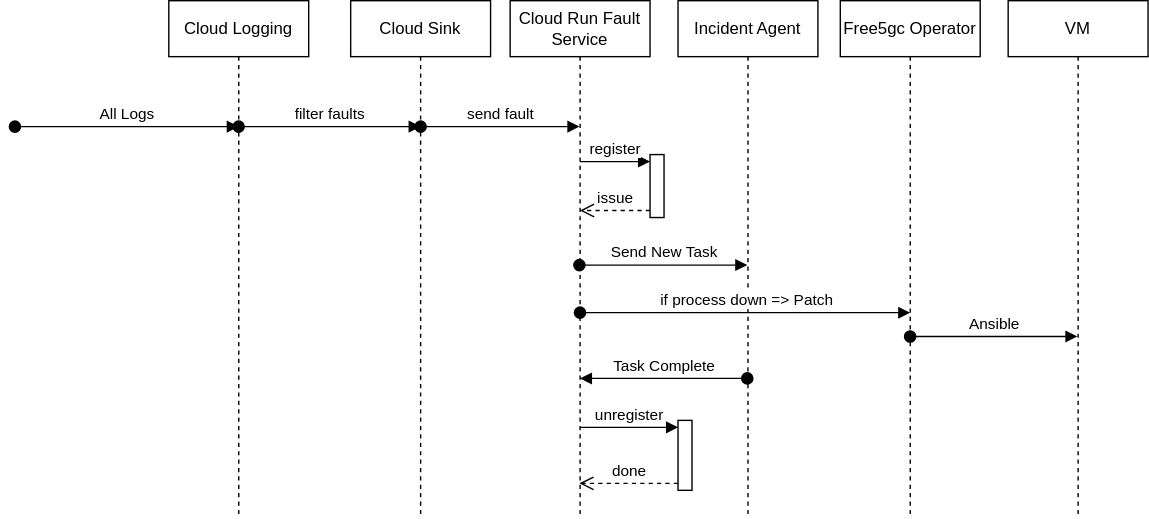
LeegenSteven/NetworkAgent-dev keeps this draw.io diagram as drawings/agent/faulttrigger.drawio.svg. Above is the earlier version. Source tidied: cells renumbered, new cells last; positions are measured from the earlier drawing's top-left corner, leaving out a move shared by most shapes.
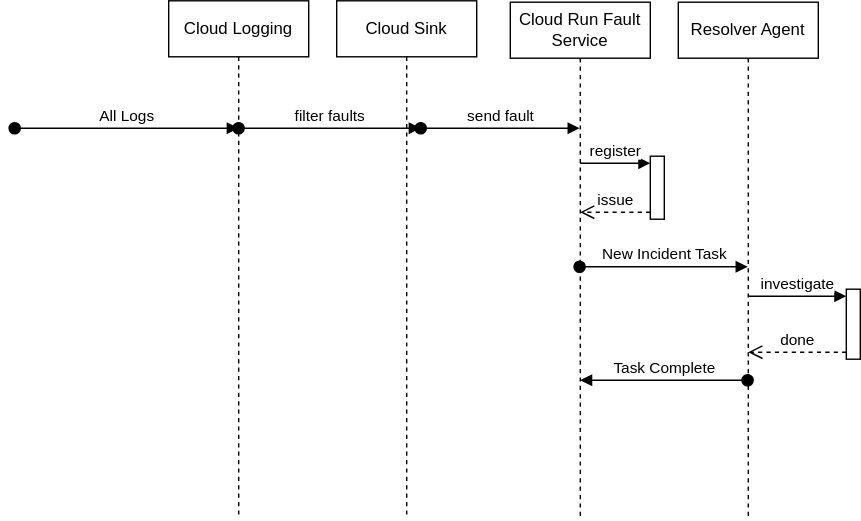
After the commit.

Change to the diagram source:
```diff
@@ -3,12 +3,12 @@
     <mxCell id="0" />
     <mxCell id="1" parent="0" />
     <mxCell id="2" value="Cloud Logging" style="shape=umlLifeline;perimeter=lifelinePerimeter;whiteSpace=wrap;html=1;newEdgeStyle={&quot;curved&quot;:0,&quot;rounded&quot;:0};" parent="1" vertex="1">
-      <mxGeometry x="110" width="100" height="370" as="geometry" />
+      <mxGeometry x="110" y="-1" width="100" height="370" as="geometry" />
     </mxCell>
     <mxCell id="3" value="Cloud Run Fault Service" style="shape=umlLifeline;perimeter=lifelinePerimeter;whiteSpace=wrap;html=1;outlineConnect=0;portConstraint=eastwest;newEdgeStyle={&quot;curved&quot;:0,&quot;rounded&quot;:0};" parent="1" vertex="1">
       <mxGeometry x="354" width="100" height="370" as="geometry" />
     </mxCell>
-    <mxCell id="4" value="Incident Agent" style="shape=umlLifeline;perimeter=lifelinePerimeter;whiteSpace=wrap;html=1;newEdgeStyle={&quot;curved&quot;:0,&quot;rounded&quot;:0};" parent="1" vertex="1">
+    <mxCell id="4" value="Resolver Agent" style="shape=umlLifeline;perimeter=lifelinePerimeter;whiteSpace=wrap;html=1;newEdgeStyle={&quot;curved&quot;:0,&quot;rounded&quot;:0};" parent="1" vertex="1">
       <mxGeometry x="474" width="100" height="370" as="geometry" />
     </mxCell>
     <mxCell id="5" value="All Logs" style="html=1;verticalAlign=bottom;startArrow=oval;startFill=1;endArrow=block;startSize=8;curved=0;rounded=0;" parent="1" edge="1">
@@ -18,7 +18,7 @@
       </mxGeometry>
     </mxCell>
     <mxCell id="6" value="Cloud Sink" style="shape=umlLifeline;perimeter=lifelinePerimeter;whiteSpace=wrap;html=1;newEdgeStyle={&quot;curved&quot;:0,&quot;rounded&quot;:0};" parent="1" vertex="1">
-      <mxGeometry x="240" width="100" height="370" as="geometry" />
+      <mxGeometry x="230" y="-1" width="100" height="370" as="geometry" />
     </mxCell>
     <mxCell id="7" value="filter faults" style="html=1;verticalAlign=bottom;startArrow=oval;startFill=1;endArrow=block;startSize=8;curved=0;rounded=0;" parent="1" edge="1">
       <mxGeometry relative="1" as="geometry">
@@ -45,46 +45,30 @@
         <mxPoint x="403.9" y="150" as="targetPoint" />
       </mxGeometry>
     </mxCell>
-    <mxCell id="12" value="Send New Task" style="html=1;verticalAlign=bottom;startArrow=oval;startFill=1;endArrow=block;startSize=8;curved=0;rounded=0;" parent="1" edge="1">
+    <mxCell id="12" value="New Incident Task" style="html=1;verticalAlign=bottom;startArrow=oval;startFill=1;endArrow=block;startSize=8;curved=0;rounded=0;" parent="1" edge="1">
       <mxGeometry relative="1" as="geometry">
         <mxPoint x="403.5" y="189" as="sourcePoint" />
         <mxPoint x="523.5" y="189" as="targetPoint" />
       </mxGeometry>
     </mxCell>
-    <mxCell id="13" value="Free5gc Operator" style="shape=umlLifeline;perimeter=lifelinePerimeter;whiteSpace=wrap;html=1;newEdgeStyle={&quot;curved&quot;:0,&quot;rounded&quot;:0};" parent="1" vertex="1">
-      <mxGeometry x="590" width="100" height="370" as="geometry" />
-    </mxCell>
-    <mxCell id="14" value="if process down =&amp;gt; Patch" style="html=1;verticalAlign=bottom;startArrow=oval;startFill=1;endArrow=block;startSize=8;curved=0;rounded=0;" parent="1" edge="1">
-      <mxGeometry relative="1" as="geometry">
-        <mxPoint x="403.9" y="223" as="sourcePoint" />
-        <mxPoint x="640" y="223" as="targetPoint" />
-      </mxGeometry>
-    </mxCell>
-    <mxCell id="15" value="VM" style="shape=umlLifeline;perimeter=lifelinePerimeter;whiteSpace=wrap;html=1;newEdgeStyle={&quot;curved&quot;:0,&quot;rounded&quot;:0};" parent="1" vertex="1">
-      <mxGeometry x="710" width="100" height="370" as="geometry" />
-    </mxCell>
-    <mxCell id="16" value="Ansible" style="html=1;verticalAlign=bottom;startArrow=oval;startFill=1;endArrow=block;startSize=8;curved=0;rounded=0;" parent="1" edge="1">
-      <mxGeometry relative="1" as="geometry">
-        <mxPoint x="639.9" y="240" as="sourcePoint" />
-        <mxPoint x="759.5" y="240" as="targetPoint" />
-      </mxGeometry>
-    </mxCell>
     <mxCell id="17" value="Task Complete" style="html=1;verticalAlign=bottom;startArrow=oval;startFill=1;endArrow=block;startSize=8;curved=0;rounded=0;" parent="1" edge="1">
       <mxGeometry relative="1" as="geometry">
         <mxPoint x="523.5" y="270" as="sourcePoint" />
         <mxPoint x="403.9" y="270" as="targetPoint" />
       </mxGeometry>
     </mxCell>
-    <mxCell id="18" style="html=1;points=[[0,0,0,0,5],[0,1,0,0,-5],[1,0,0,0,5],[1,1,0,0,-5]];perimeter=orthogonalPerimeter;outlineConnect=0;targetShapes=umlLifeline;portConstraint=eastwest;newEdgeStyle={&quot;curved&quot;:0,&quot;rounded&quot;:0};" parent="1" vertex="1">
-      <mxGeometry x="474" y="300" width="10" height="50" as="geometry" />
-    </mxCell>
-    <mxCell id="19" value="unregister" style="html=1;verticalAlign=bottom;endArrow=block;curved=0;rounded=0;entryX=0;entryY=0;entryDx=0;entryDy=5;" parent="1" edge="1" target="18">
-      <mxGeometry relative="1" as="geometry">
-        <mxPoint x="404" y="305" as="sourcePoint" />
-      </mxGeometry>
-    </mxCell>
+    <mxCell id="21" style="html=1;points=[[0,0,0,0,5],[0,1,0,0,-5],[1,0,0,0,5],[1,1,0,0,-5]];perimeter=orthogonalPerimeter;outlineConnect=0;targetShapes=umlLifeline;portConstraint=eastwest;newEdgeStyle={&quot;curved&quot;:0,&quot;rounded&quot;:0};" parent="1" vertex="1">
+      <mxGeometry x="594" y="205" width="10" height="50" as="geometry" />
+    </mxCell>
+    <mxCell id="22" value="investigate" style="html=1;verticalAlign=bottom;endArrow=block;curved=0;rounded=0;entryX=0;entryY=0;entryDx=0;entryDy=5;" parent="1" edge="1" target="21">
+      <mxGeometry relative="1" as="geometry">
+        <mxPoint x="524" y="210" as="sourcePoint" />
+      </mxGeometry>
+    </mxCell>
-    <mxCell id="20" value="done" style="html=1;verticalAlign=bottom;endArrow=open;dashed=1;endSize=8;curved=0;rounded=0;exitX=0;exitY=1;exitDx=0;exitDy=-5;" parent="1" edge="1" source="18" target="3">
-      <mxGeometry relative="1" as="geometry" />
+    <mxCell id="20" value="done" style="html=1;verticalAlign=bottom;endArrow=open;dashed=1;endSize=8;curved=0;rounded=0;exitX=0;exitY=1;exitDx=0;exitDy=-5;" parent="1" edge="1" source="21">
+      <mxGeometry relative="1" as="geometry">
+        <mxPoint x="524" y="250" as="targetPoint" />
+      </mxGeometry>
     </mxCell>
   </root>
 </mxGraphModel>
```
